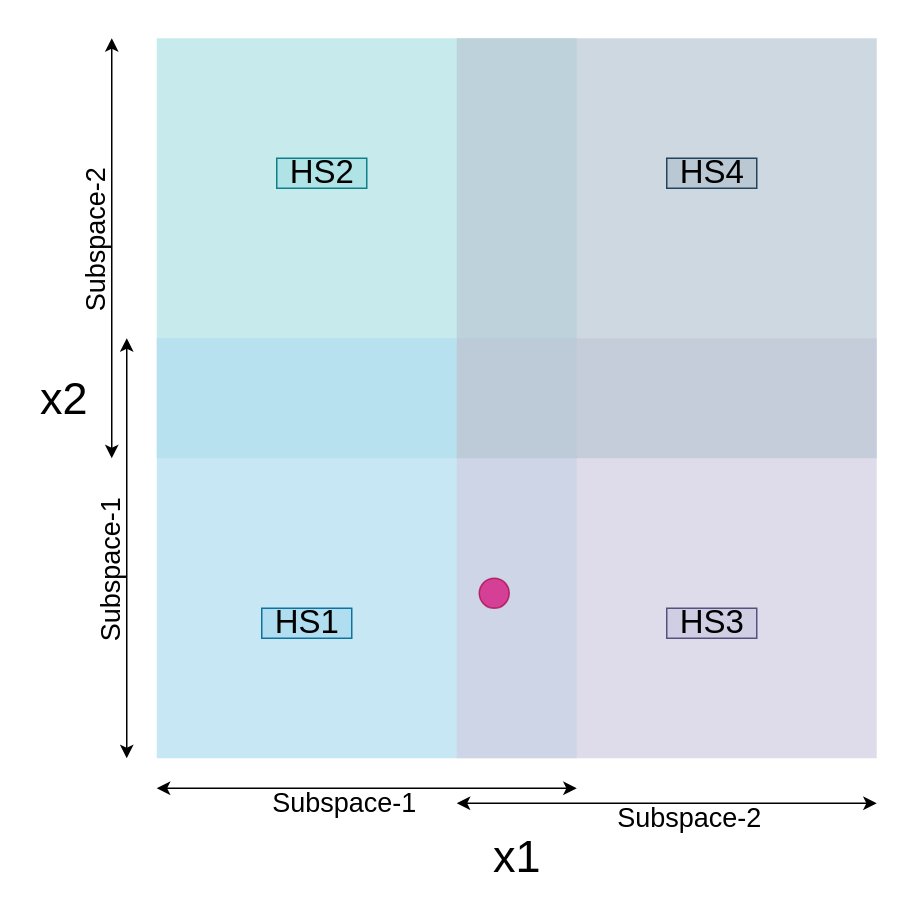
This is page "Page-3" (3 of 7) of drawings/ovr_dbo_hyperspace.drawio from ShivaprasadNadagoudr/distributed-safe-bo, a draw.io file, before an edit. Source tidied: cells renumbered, new cells numbered last; positions are measured from the earlier drawing's top-left corner, leaving out a move shared by most shapes. Both pictures are drawn from the tidied source at 150%, with x=0, y=0 at pixel (6, 38).
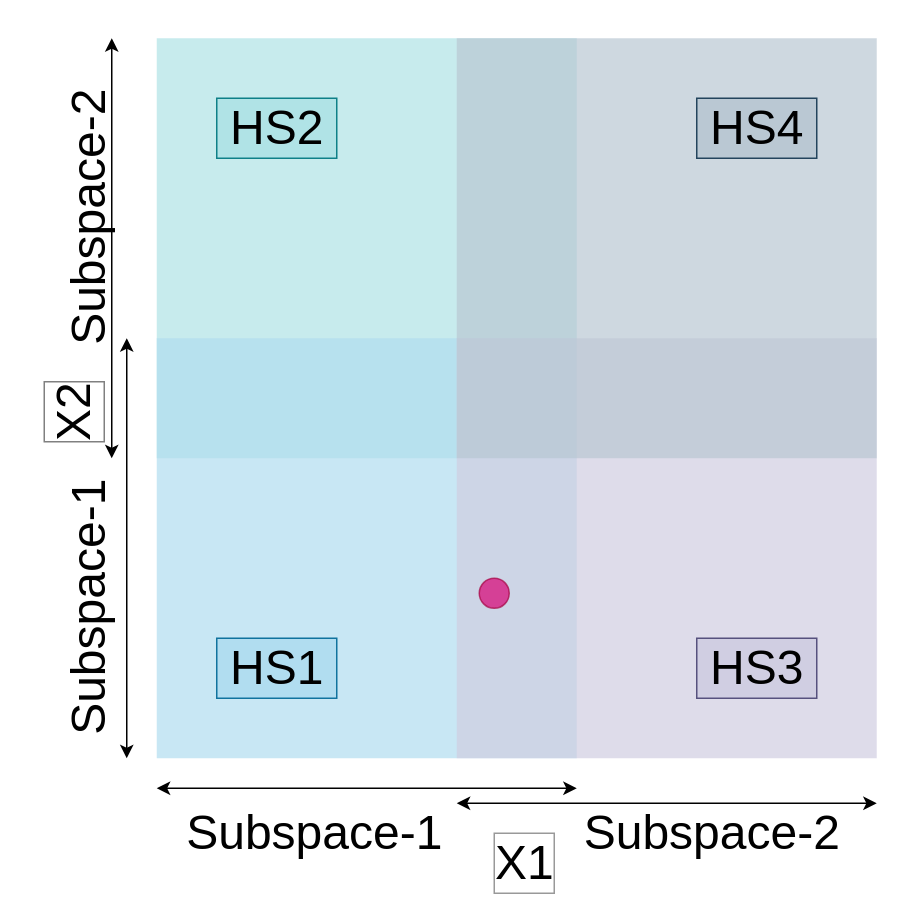
The same page after the edit.

Diff of the diagram source:
```diff
@@
-    <mxCell id="2" value="&lt;font style=&quot;font-size: 30px&quot;&gt;x1&lt;/font&gt;" style="text;html=1;align=center;verticalAlign=middle;strokeColor=none;fillColor=none;" parent="1" vertex="1">
-      <mxGeometry x="315" y="530" width="50" height="30" as="geometry" />
-    </mxCell>
-    <mxCell id="3" value="&lt;font style=&quot;font-size: 30px&quot;&gt;x2&lt;/font&gt;" style="text;html=1;align=center;verticalAlign=middle;strokeColor=none;fillColor=none;" parent="1" vertex="1">
-      <mxGeometry x="13" y="225" width="50" height="30" as="geometry" />
-    </mxCell>
@@
-    <mxCell id="8" value="&lt;font style=&quot;font-size: 18px&quot;&gt;Subspace-1&lt;/font&gt;" style="text;html=1;align=center;verticalAlign=middle;strokeColor=none;fillColor=none;fontSize=30;" parent="1" vertex="1">
-      <mxGeometry x="170" y="480" width="110" height="50" as="geometry" />
-    </mxCell>
-    <mxCell id="9" value="&lt;font style=&quot;font-size: 18px&quot;&gt;Subspace-2&lt;/font&gt;" style="text;html=1;align=center;verticalAlign=middle;strokeColor=none;fillColor=none;fontSize=30;" parent="1" vertex="1">
-      <mxGeometry x="400" y="490" width="110" height="50" as="geometry" />
-    </mxCell>
-    <mxCell id="10" value="&lt;font style=&quot;font-size: 18px&quot;&gt;Subspace-1&lt;/font&gt;" style="text;html=1;align=center;verticalAlign=middle;strokeColor=none;fillColor=none;fontSize=30;rotation=270;" parent="1" vertex="1">
-      <mxGeometry x="10" y="330" width="110" height="50" as="geometry" />
-    </mxCell>
-    <mxCell id="11" value="&lt;font style=&quot;font-size: 18px&quot;&gt;Subspace-2&lt;/font&gt;" style="text;html=1;align=center;verticalAlign=middle;strokeColor=none;fillColor=none;fontSize=30;rotation=270;" parent="1" vertex="1">
-      <mxGeometry y="110" width="110" height="50" as="geometry" />
-    </mxCell>
@@
+    <mxCell id="21" value="&lt;font style=&quot;font-size: 32px;&quot;&gt;X1&lt;/font&gt;" style="text;html=1;align=center;verticalAlign=middle;strokeColor=none;fillColor=none;fontSize=32;labelBackgroundColor=none;labelBorderColor=#999999;" parent="1" vertex="1">
+      <mxGeometry x="320" y="530" width="50" height="40" as="geometry" />
+    </mxCell>
+    <mxCell id="22" value="&lt;font style=&quot;font-size: 32px;&quot;&gt;X2&lt;/font&gt;" style="text;html=1;align=center;verticalAlign=middle;strokeColor=none;fillColor=none;labelBackgroundColor=none;rotation=270;labelBorderColor=#808080;" parent="1" vertex="1">
+      <mxGeometry x="20" y="235" width="50" height="30" as="geometry" />
+    </mxCell>
+    <mxCell id="23" value="&lt;font style=&quot;font-size: 32px;&quot;&gt;Subspace-1&lt;/font&gt;" style="text;html=1;align=center;verticalAlign=middle;strokeColor=none;fillColor=none;fontSize=32;" parent="1" vertex="1">
+      <mxGeometry x="110" y="510" width="190" height="40" as="geometry" />
+    </mxCell>
+    <mxCell id="24" value="&lt;font style=&quot;font-size: 32px;&quot;&gt;Subspace-2&lt;/font&gt;" style="text;html=1;align=center;verticalAlign=middle;strokeColor=none;fillColor=none;fontSize=32;" parent="1" vertex="1">
+      <mxGeometry x="375" y="510" width="190" height="40" as="geometry" />
+    </mxCell>
+    <mxCell id="25" value="&lt;font style=&quot;font-size: 32px;&quot;&gt;Subspace-1&lt;/font&gt;" style="text;html=1;align=center;verticalAlign=middle;strokeColor=none;fillColor=none;fontSize=32;rotation=270;" parent="1" vertex="1">
+      <mxGeometry x="-40" y="360" width="190" height="40" as="geometry" />
+    </mxCell>
+    <mxCell id="26" value="&lt;font style=&quot;font-size: 32px;&quot;&gt;Subspace-2&lt;/font&gt;" style="text;html=1;align=center;verticalAlign=middle;strokeColor=none;fillColor=none;fontSize=32;rotation=270;" parent="1" vertex="1">
+      <mxGeometry x="-40" y="100" width="190" height="40" as="geometry" />
+    </mxCell>
-    <mxCell id="17" value="&lt;font style=&quot;font-size: 22px&quot;&gt;HS1&lt;/font&gt;" style="text;html=1;align=center;verticalAlign=middle;strokeColor=#10739e;fillColor=#b1ddf0;" parent="1" vertex="1">
-      <mxGeometry x="170" y="380" width="60" height="20" as="geometry" />
+    <mxCell id="17" value="&lt;font style=&quot;font-size: 32px;&quot;&gt;HS1&lt;/font&gt;" style="text;html=1;align=center;verticalAlign=middle;strokeColor=#10739e;fillColor=#b1ddf0;labelBorderColor=none;fontSize=32;" parent="1" vertex="1">
+      <mxGeometry x="140" y="400" width="80" height="40" as="geometry" />
     </mxCell>
-    <mxCell id="18" value="&lt;font style=&quot;font-size: 22px&quot;&gt;HS2&lt;/font&gt;" style="text;html=1;align=center;verticalAlign=middle;strokeColor=#0e8088;fillColor=#b0e3e6;" parent="1" vertex="1">
-      <mxGeometry x="180" y="80" width="60" height="20" as="geometry" />
+    <mxCell id="18" value="&lt;font style=&quot;font-size: 32px;&quot;&gt;HS2&lt;/font&gt;" style="text;html=1;align=center;verticalAlign=middle;strokeColor=#0e8088;fillColor=#b0e3e6;labelBorderColor=none;fontSize=32;" parent="1" vertex="1">
+      <mxGeometry x="140" y="40" width="80" height="40" as="geometry" />
     </mxCell>
-    <mxCell id="19" value="&lt;font style=&quot;font-size: 22px&quot;&gt;HS3&lt;/font&gt;" style="text;html=1;align=center;verticalAlign=middle;strokeColor=#56517e;fillColor=#d0cee2;" parent="1" vertex="1">
-      <mxGeometry x="440" y="380" width="60" height="20" as="geometry" />
+    <mxCell id="19" value="&lt;font style=&quot;font-size: 32px;&quot;&gt;HS3&lt;/font&gt;" style="text;html=1;align=center;verticalAlign=middle;strokeColor=#56517e;fillColor=#d0cee2;labelBorderColor=none;fontSize=32;" parent="1" vertex="1">
+      <mxGeometry x="460" y="400" width="80" height="40" as="geometry" />
     </mxCell>
-    <mxCell id="20" value="&lt;font style=&quot;font-size: 22px&quot;&gt;HS4&lt;/font&gt;" style="text;html=1;align=center;verticalAlign=middle;strokeColor=#23445d;fillColor=#bac8d3;" parent="1" vertex="1">
-      <mxGeometry x="440" y="80" width="60" height="20" as="geometry" />
+    <mxCell id="20" value="&lt;font style=&quot;font-size: 32px;&quot;&gt;HS4&lt;/font&gt;" style="text;html=1;align=center;verticalAlign=middle;strokeColor=#23445d;fillColor=#bac8d3;labelBorderColor=none;fontSize=32;" parent="1" vertex="1">
+      <mxGeometry x="460" y="40" width="80" height="40" as="geometry" />
     </mxCell>
```
